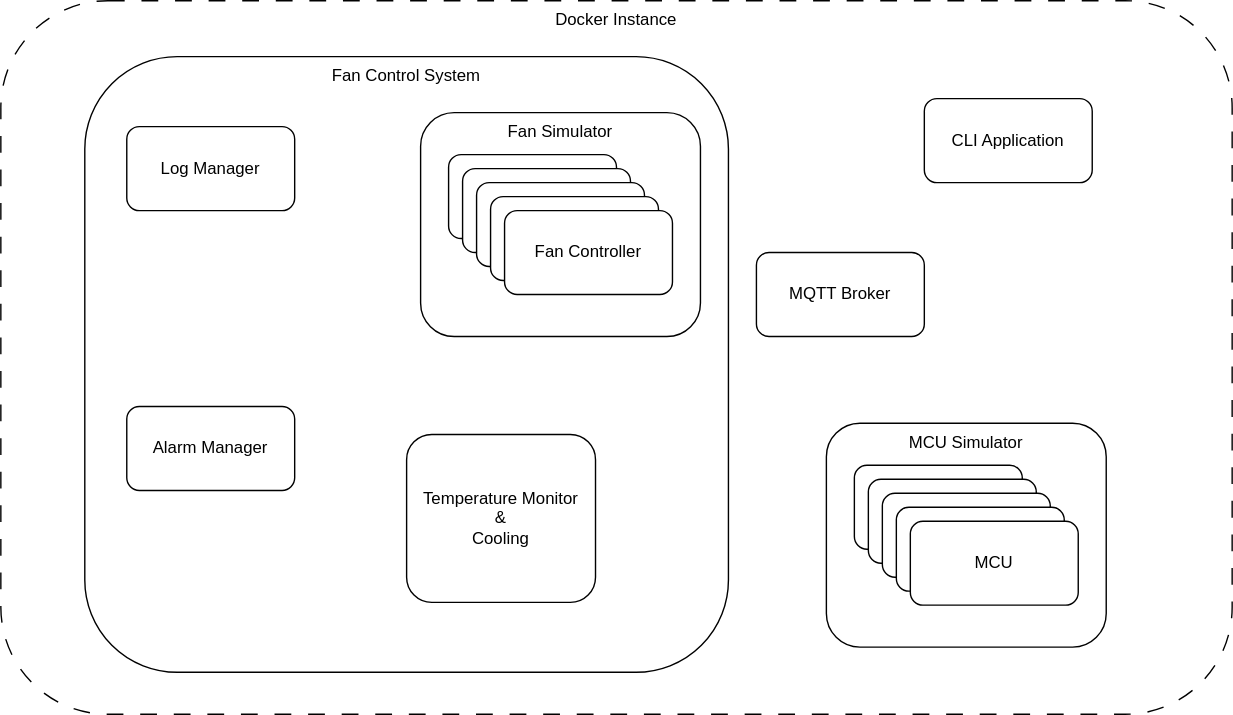
This is images/SWDesign.drawio.svg from wstanislaus/fanSpeedControl, a draw.io export, as it was before one commit. Source tidied: cells renumbered, new cells last; positions are measured from the earlier drawing's top-left corner, leaving out a move shared by most shapes.
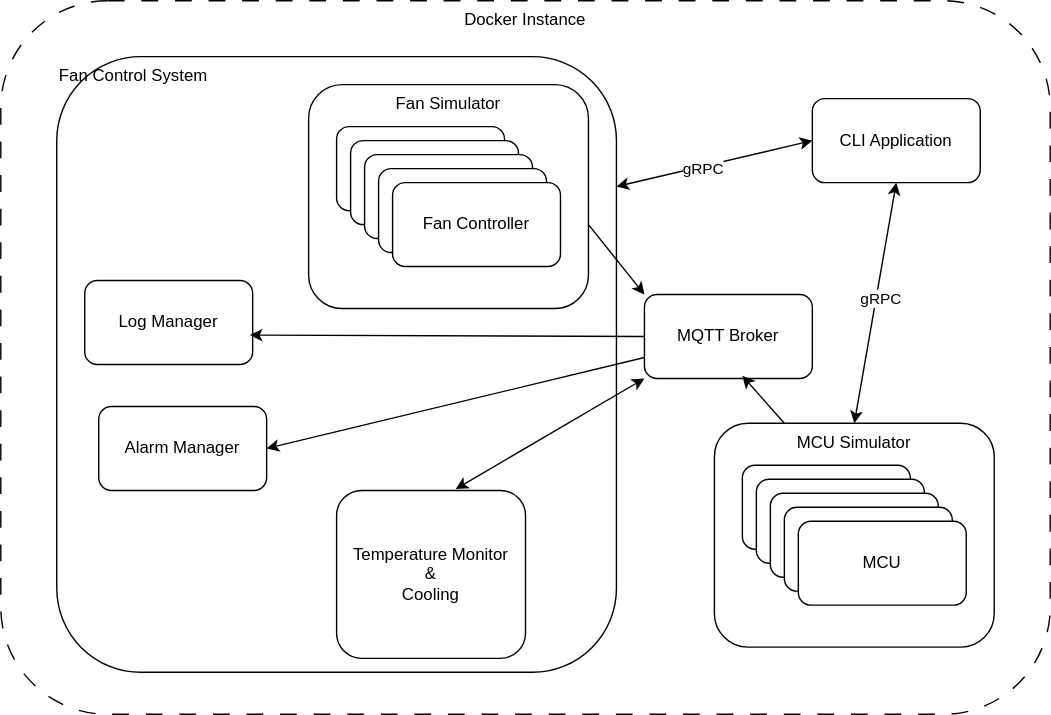
Above is the later version.

What changed in the source:
```diff
@@ -3,10 +3,10 @@
     <mxCell id="0" />
     <mxCell id="1" parent="0" />
     <mxCell id="2" value="Docker Instance" style="rounded=1;whiteSpace=wrap;html=1;dashed=1;dashPattern=12 12;verticalAlign=top;" parent="1" vertex="1">
-      <mxGeometry width="880" height="510" as="geometry" />
+      <mxGeometry x="80" width="750" height="510" as="geometry" />
     </mxCell>
-    <mxCell id="3" value="Fan Control System" style="rounded=1;whiteSpace=wrap;html=1;verticalAlign=top;" parent="1" vertex="1">
-      <mxGeometry x="60" y="40" width="460" height="440" as="geometry" />
+    <mxCell id="3" value="&amp;nbsp; &amp;nbsp; &amp;nbsp; &amp;nbsp; &amp;nbsp; &amp;nbsp; &amp;nbsp; &amp;nbsp; &amp;nbsp;Fan Control System" style="rounded=1;whiteSpace=wrap;html=1;verticalAlign=top;align=left;" parent="1" vertex="1">
+      <mxGeometry x="120" y="40" width="400" height="440" as="geometry" />
     </mxCell>
     <mxCell id="4" style="group;" parent="1" vertex="1">
       <mxGeometry x="590" y="302" width="200" height="160" as="geometry" />
@@ -30,7 +30,7 @@
       <mxGeometry x="60" y="70" width="120" height="60" as="geometry" />
     </mxCell>
     <mxCell id="11" style="group;" parent="1" vertex="1">
-      <mxGeometry x="300" y="80" width="200" height="160" as="geometry" />
+      <mxGeometry x="300" y="60" width="200" height="160" as="geometry" />
     </mxCell>
     <mxCell id="12" value="Fan Simulator" style="rounded=1;whiteSpace=wrap;html=1;verticalAlign=top;" parent="11" vertex="1">
       <mxGeometry width="200" height="160" as="geometry" />
@@ -51,19 +51,50 @@
       <mxGeometry x="60" y="70" width="120" height="60" as="geometry" />
     </mxCell>
     <mxCell id="18" value="Log Manager" style="rounded=1;whiteSpace=wrap;html=1;" parent="1" vertex="1">
-      <mxGeometry x="90" y="90" width="120" height="60" as="geometry" />
+      <mxGeometry x="140" y="200" width="120" height="60" as="geometry" />
     </mxCell>
     <mxCell id="19" value="CLI Application" style="rounded=1;whiteSpace=wrap;html=1;" parent="1" vertex="1">
       <mxGeometry x="660" y="70" width="120" height="60" as="geometry" />
     </mxCell>
     <mxCell id="20" value="Alarm Manager" style="rounded=1;whiteSpace=wrap;html=1;" parent="1" vertex="1">
-      <mxGeometry x="90" y="290" width="120" height="60" as="geometry" />
+      <mxGeometry x="150" y="290" width="120" height="60" as="geometry" />
     </mxCell>
     <mxCell id="21" value="Temperature Monitor&lt;div&gt;&amp;amp;&lt;/div&gt;&lt;div&gt;Cooling&lt;/div&gt;" style="rounded=1;whiteSpace=wrap;html=1;" parent="1" vertex="1">
-      <mxGeometry x="290" y="310" width="135" height="120" as="geometry" />
+      <mxGeometry x="320" y="350" width="135" height="120" as="geometry" />
     </mxCell>
     <mxCell id="22" value="MQTT Broker" style="rounded=1;whiteSpace=wrap;html=1;" parent="1" vertex="1">
-      <mxGeometry x="540" y="180" width="120" height="60" as="geometry" />
+      <mxGeometry x="540" y="210" width="120" height="60" as="geometry" />
     </mxCell>
+    <mxCell id="23" style="endArrow=classic;startArrow=classic;html=1;entryX=0;entryY=0.5;entryDx=0;entryDy=0;exitX=1;exitY=0.211;exitDx=0;exitDy=0;exitPerimeter=0;" parent="1" edge="1" source="3" target="19">
+      <mxGeometry relative="1" as="geometry" />
+    </mxCell>
+    <mxCell id="24" value="gRPC" style="edgeLabel;html=1;align=center;verticalAlign=middle;" parent="23" vertex="1">
+      <mxGeometry x="-0.13" relative="1" as="geometry">
+        <mxPoint y="1" as="offset" />
+      </mxGeometry>
+    </mxCell>
+    <mxCell id="25" style="endArrow=classic;startArrow=classic;html=1;entryX=0.5;entryY=1;entryDx=0;entryDy=0;exitX=0.5;exitY=0;exitDx=0;exitDy=0;" parent="1" edge="1" source="5" target="19">
+      <mxGeometry relative="1" as="geometry" />
+    </mxCell>
+    <mxCell id="26" value="gRPC" style="edgeLabel;html=1;align=center;verticalAlign=middle;" parent="25" vertex="1">
+      <mxGeometry x="0.04" y="-3" relative="1" as="geometry" />
+    </mxCell>
+    <mxCell id="27" style="endArrow=classic;html=1;entryX=0.583;entryY=0.967;entryDx=0;entryDy=0;entryPerimeter=0;exitX=0.25;exitY=0;exitDx=0;exitDy=0;" parent="1" edge="1" source="5" target="22">
+      <mxGeometry relative="1" as="geometry" />
+    </mxCell>
+    <mxCell id="28" style="endArrow=classic;html=1;entryX=0;entryY=0;entryDx=0;entryDy=0;" parent="1" edge="1" target="22">
+      <mxGeometry relative="1" as="geometry">
+        <mxPoint x="500" y="160" as="sourcePoint" />
+      </mxGeometry>
+    </mxCell>
+    <mxCell id="29" style="endArrow=classic;html=1;entryX=1;entryY=0.5;entryDx=0;entryDy=0;exitX=0;exitY=0.75;exitDx=0;exitDy=0;" parent="1" edge="1" source="22" target="20">
+      <mxGeometry relative="1" as="geometry" />
+    </mxCell>
+    <mxCell id="30" style="endArrow=classic;html=1;entryX=0.983;entryY=0.65;entryDx=0;entryDy=0;entryPerimeter=0;exitX=0;exitY=0.5;exitDx=0;exitDy=0;" parent="1" edge="1" source="22" target="18">
+      <mxGeometry relative="1" as="geometry" />
+    </mxCell>
+    <mxCell id="31" style="endArrow=classic;startArrow=classic;html=1;entryX=0;entryY=1;entryDx=0;entryDy=0;exitX=0.63;exitY=-0.008;exitDx=0;exitDy=0;exitPerimeter=0;" parent="1" edge="1" source="21" target="22">
+      <mxGeometry relative="1" as="geometry" />
+    </mxCell>
   </root>
 </mxGraphModel>
```
